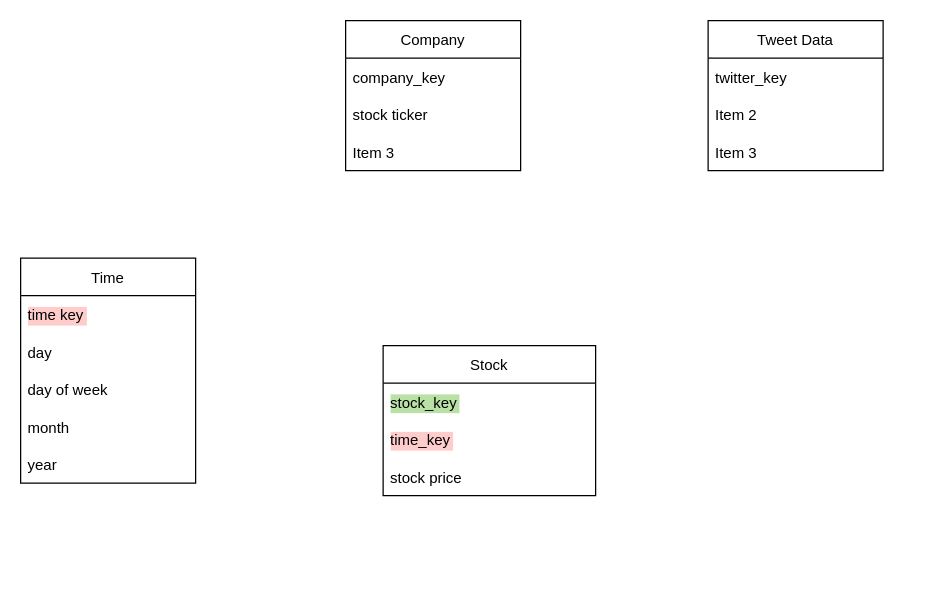
This is SnowflakeSchema.drawio from Mart1n1DE/TwitterStockAnalytics, a draw.io file, before an edit. Source tidied: cells renumbered, new cells numbered last; positions are measured from the earlier drawing's top-left corner, leaving out a move shared by most shapes. Both pictures are drawn from the tidied source at 125%, with x=0, y=0 at pixel (20, 20).
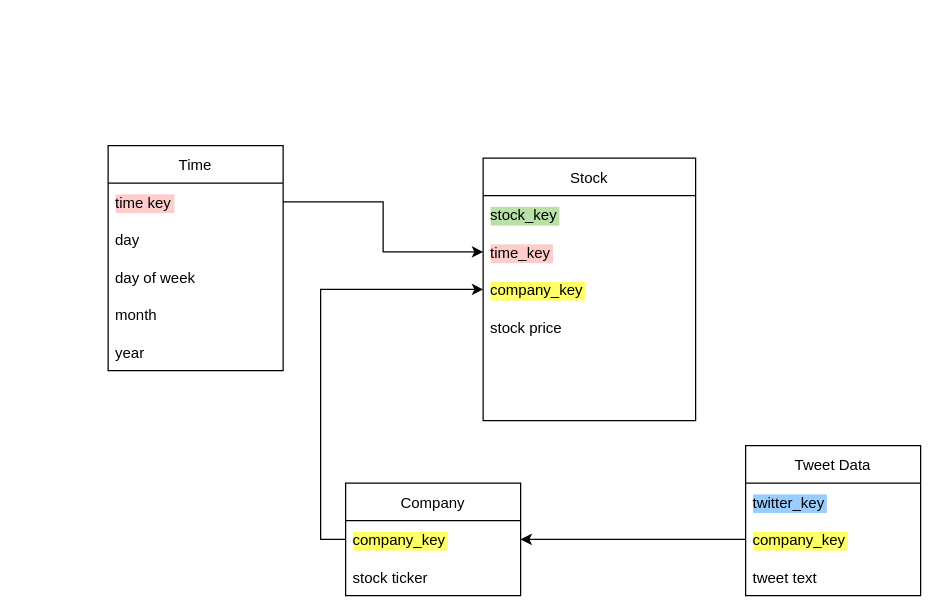
After the change.

The change refers to these unchanged cells:
```xml
<mxCell id="4" value="time_key" style="text;strokeColor=none;fillColor=none;align=left;verticalAlign=middle;spacingLeft=4;spacingRight=4;overflow=hidden;points=[[0,0.5],[1,0.5]];portConstraint=eastwest;labelBackgroundColor=#FFCCCC;" parent="2" vertex="1">
  <mxGeometry y="60" width="170" height="30" as="geometry" />
</mxCell>
<mxCell id="7" value="time key" style="text;strokeColor=none;fillColor=none;align=left;verticalAlign=middle;spacingLeft=4;spacingRight=4;overflow=hidden;points=[[0,0.5],[1,0.5]];portConstraint=eastwest;labelBackgroundColor=#FFCCCC;" parent="6" vertex="1">
  <mxGeometry y="30" width="140" height="30" as="geometry" />
</mxCell>
```

What changed in the source:
```diff
@@
     <mxCell id="2" value="Stock" style="swimlane;fontStyle=0;horizontal=1;startSize=30;" parent="1" vertex="1">
-      <mxGeometry x="290" y="260" width="170" height="120" as="geometry" />
+      <mxGeometry x="370" y="110" width="170" height="210" as="geometry" />
     </mxCell>
@@
+    <mxCell id="20" value="company_key" style="text;strokeColor=none;fillColor=none;align=left;verticalAlign=middle;spacingLeft=4;spacingRight=4;overflow=hidden;points=[[0,0.5],[1,0.5]];portConstraint=eastwest;labelBackgroundColor=#FFFF66;" parent="2" vertex="1">
+      <mxGeometry y="90" width="170" height="30" as="geometry" />
+    </mxCell>
     <mxCell id="5" value="stock price" style="text;strokeColor=none;fillColor=none;align=left;verticalAlign=middle;spacingLeft=4;spacingRight=4;overflow=hidden;" parent="2" vertex="1">
-      <mxGeometry y="90" width="170" height="30" as="geometry" />
+      <mxGeometry y="120" width="170" height="30" as="geometry" />
     </mxCell>
+    <mxCell id="21" style="text;strokeColor=none;fillColor=none;align=left;verticalAlign=middle;spacingLeft=4;spacingRight=4;overflow=hidden;" parent="2" vertex="1">
+      <mxGeometry y="150" width="170" height="30" as="geometry" />
+    </mxCell>
+    <mxCell id="22" style="text;strokeColor=none;fillColor=none;align=left;verticalAlign=middle;spacingLeft=4;spacingRight=4;overflow=hidden;" parent="2" vertex="1">
+      <mxGeometry y="180" width="170" height="30" as="geometry" />
+    </mxCell>
     <mxCell id="6" value="Time" style="swimlane;fontStyle=0;horizontal=1;startSize=30;" parent="1" vertex="1">
-      <mxGeometry y="190" width="140" height="180" as="geometry" />
+      <mxGeometry x="70" y="100" width="140" height="180" as="geometry" />
     </mxCell>
@@
     <mxCell id="12" value="Company" style="swimlane;fontStyle=0;horizontal=1;startSize=30;" parent="1" vertex="1">
-      <mxGeometry x="260" width="140" height="120" as="geometry" />
+      <mxGeometry x="260" y="370" width="140" height="90" as="geometry" />
     </mxCell>
-    <mxCell id="13" value="company_key" style="text;strokeColor=none;fillColor=none;align=left;verticalAlign=middle;spacingLeft=4;spacingRight=4;overflow=hidden;points=[[0,0.5],[1,0.5]];portConstraint=eastwest;" parent="12" vertex="1">
+    <mxCell id="13" value="company_key" style="text;strokeColor=none;fillColor=none;align=left;verticalAlign=middle;spacingLeft=4;spacingRight=4;overflow=hidden;points=[[0,0.5],[1,0.5]];portConstraint=eastwest;labelBackgroundColor=#FFFF66;" parent="12" vertex="1">
       <mxGeometry y="30" width="140" height="30" as="geometry" />
     </mxCell>
@@
-    <mxCell id="15" value="Item 3" style="text;strokeColor=none;fillColor=none;align=left;verticalAlign=middle;spacingLeft=4;spacingRight=4;overflow=hidden;" parent="12" vertex="1">
-      <mxGeometry y="90" width="140" height="30" as="geometry" />
-    </mxCell>
     <mxCell id="16" value="Tweet Data" style="swimlane;fontStyle=0;horizontal=1;startSize=30;labelBackgroundColor=none;" parent="1" vertex="1">
-      <mxGeometry x="550" width="140" height="120" as="geometry" />
+      <mxGeometry x="580" y="340" width="140" height="120" as="geometry" />
     </mxCell>
-    <mxCell id="17" value="twitter_key" style="text;strokeColor=none;fillColor=none;align=left;verticalAlign=middle;spacingLeft=4;spacingRight=4;overflow=hidden;labelBackgroundColor=none;" parent="16" vertex="1">
+    <mxCell id="17" value="twitter_key" style="text;strokeColor=none;fillColor=none;align=left;verticalAlign=middle;spacingLeft=4;spacingRight=4;overflow=hidden;labelBackgroundColor=#99CCFF;" parent="16" vertex="1">
       <mxGeometry y="30" width="140" height="30" as="geometry" />
     </mxCell>
-    <mxCell id="18" value="Item 2" style="text;strokeColor=none;fillColor=none;align=left;verticalAlign=middle;spacingLeft=4;spacingRight=4;overflow=hidden;points=[[0,0.5],[1,0.5]];portConstraint=eastwest;labelBackgroundColor=none;" parent="16" vertex="1">
+    <mxCell id="18" value="company_key" style="text;strokeColor=none;fillColor=none;align=left;verticalAlign=middle;spacingLeft=4;spacingRight=4;overflow=hidden;points=[[0,0.5],[1,0.5]];portConstraint=eastwest;labelBackgroundColor=#FFFF66;" parent="16" vertex="1">
       <mxGeometry y="60" width="140" height="30" as="geometry" />
     </mxCell>
-    <mxCell id="19" value="Item 3" style="text;strokeColor=none;fillColor=none;align=left;verticalAlign=middle;spacingLeft=4;spacingRight=4;overflow=hidden;labelBackgroundColor=none;" parent="16" vertex="1">
+    <mxCell id="19" value="tweet text" style="text;strokeColor=none;fillColor=none;align=left;verticalAlign=middle;spacingLeft=4;spacingRight=4;overflow=hidden;labelBackgroundColor=none;" parent="16" vertex="1">
       <mxGeometry y="90" width="140" height="30" as="geometry" />
     </mxCell>
+    <mxCell id="23" style="edgeStyle=orthogonalEdgeStyle;rounded=0;jettySize=auto;html=1;entryX=0;entryY=0.5;entryDx=0;entryDy=0;" parent="1" edge="1" source="7" target="4">
+      <mxGeometry relative="1" as="geometry" />
+    </mxCell>
+    <mxCell id="24" style="edgeStyle=orthogonalEdgeStyle;rounded=0;jettySize=auto;html=1;exitX=0;exitY=0.5;exitDx=0;exitDy=0;entryX=0;entryY=0.5;entryDx=0;entryDy=0;" parent="1" edge="1" source="13" target="20">
+      <mxGeometry relative="1" as="geometry" />
+    </mxCell>
+    <mxCell id="25" style="edgeStyle=orthogonalEdgeStyle;rounded=0;jettySize=auto;html=1;" parent="1" edge="1" source="18" target="13">
+      <mxGeometry relative="1" as="geometry" />
+    </mxCell>
```
